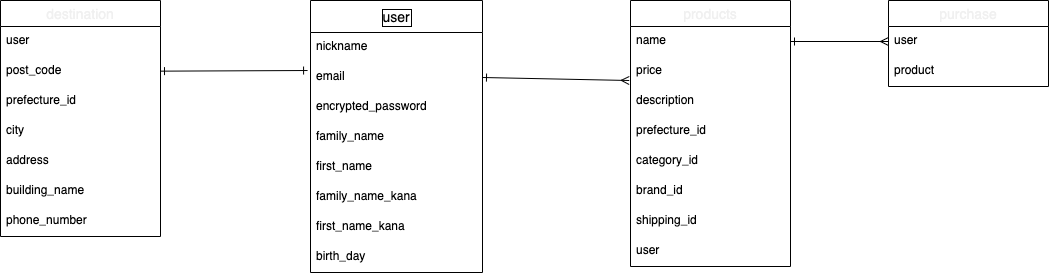
Before: furima.drawio.png, a diagram exported from draw.io (GK9130/furima-37239). Source tidied: cells renumbered, new cells last; positions are measured from the earlier drawing's top-left corner, leaving out a move shared by most shapes.
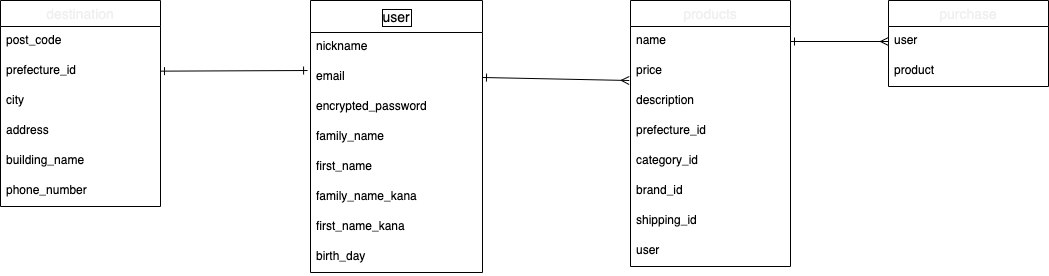
After the change.

Commit message:
ER図・DB設計4

Diff of the diagram source:
```diff
@@ -30,28 +30,25 @@
       <mxGeometry y="242" width="172" height="30" as="geometry" />
     </mxCell>
     <mxCell id="11" value="destination" style="swimlane;fontStyle=0;horizontal=1;startSize=26;align=center;fontSize=14;fontColor=#f0f0f0;" parent="1" vertex="1">
-      <mxGeometry width="160" height="236" as="geometry" />
+      <mxGeometry width="160" height="206" as="geometry" />
     </mxCell>
-    <mxCell id="12" value="user" style="text;strokeColor=none;fillColor=none;spacingLeft=4;spacingRight=4;overflow=hidden;fontSize=12;" parent="11" vertex="1">
-      <mxGeometry y="26" width="160" height="30" as="geometry" />
-    </mxCell>
     <mxCell id="13" value="post_code" style="text;strokeColor=none;fillColor=none;spacingLeft=4;spacingRight=4;overflow=hidden;fontSize=12;" parent="11" vertex="1">
-      <mxGeometry y="56" width="160" height="30" as="geometry" />
+      <mxGeometry y="26" width="160" height="30" as="geometry" />
     </mxCell>
     <mxCell id="14" value="prefecture_id" style="text;strokeColor=none;fillColor=none;spacingLeft=4;spacingRight=4;overflow=hidden;fontSize=12;" parent="11" vertex="1">
-      <mxGeometry y="86" width="160" height="30" as="geometry" />
+      <mxGeometry y="56" width="160" height="30" as="geometry" />
     </mxCell>
     <mxCell id="15" value="city" style="text;strokeColor=none;fillColor=none;spacingLeft=4;spacingRight=4;overflow=hidden;fontSize=12;" parent="11" vertex="1">
-      <mxGeometry y="116" width="160" height="30" as="geometry" />
+      <mxGeometry y="86" width="160" height="30" as="geometry" />
     </mxCell>
     <mxCell id="16" value="address" style="text;strokeColor=none;fillColor=none;spacingLeft=4;spacingRight=4;overflow=hidden;fontSize=12;" parent="11" vertex="1">
-      <mxGeometry y="146" width="160" height="30" as="geometry" />
+      <mxGeometry y="116" width="160" height="30" as="geometry" />
     </mxCell>
     <mxCell id="17" value="building_name" style="text;strokeColor=none;fillColor=none;spacingLeft=4;spacingRight=4;overflow=hidden;fontSize=12;" parent="11" vertex="1">
-      <mxGeometry y="176" width="160" height="30" as="geometry" />
+      <mxGeometry y="146" width="160" height="30" as="geometry" />
     </mxCell>
     <mxCell id="18" value="phone_number" style="text;strokeColor=none;fillColor=none;spacingLeft=4;spacingRight=4;overflow=hidden;fontSize=12;" parent="11" vertex="1">
-      <mxGeometry y="206" width="160" height="30" as="geometry" />
+      <mxGeometry y="176" width="160" height="30" as="geometry" />
     </mxCell>
     <mxCell id="19" value="products" style="swimlane;fontStyle=0;horizontal=1;startSize=26;align=center;fontSize=14;fontColor=#f0f0f0;" parent="1" vertex="1">
       <mxGeometry x="630" width="160" height="266" as="geometry" />
```
